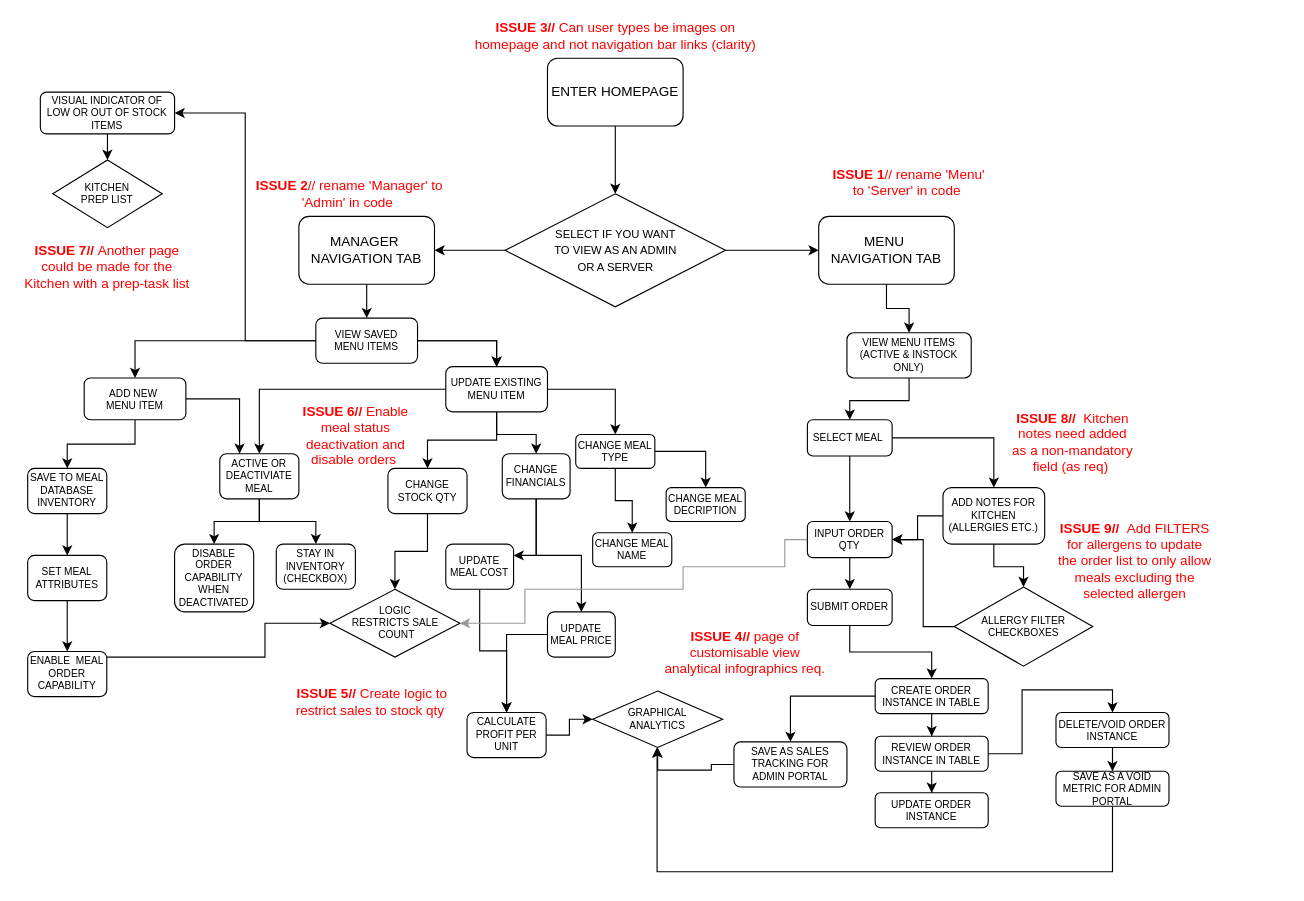
Earlier version of the draw.io diagram documentation/Untitled Diagram.drawio (KryptoFlamingo/Inventory_Management_App). Source tidied: cells renumbered, new cells numbered last; positions are measured from the earlier drawing's top-left corner, leaving out a move shared by most shapes. Both pictures are drawn from the tidied source at 113%, with x=0, y=0 at pixel (19, 24).
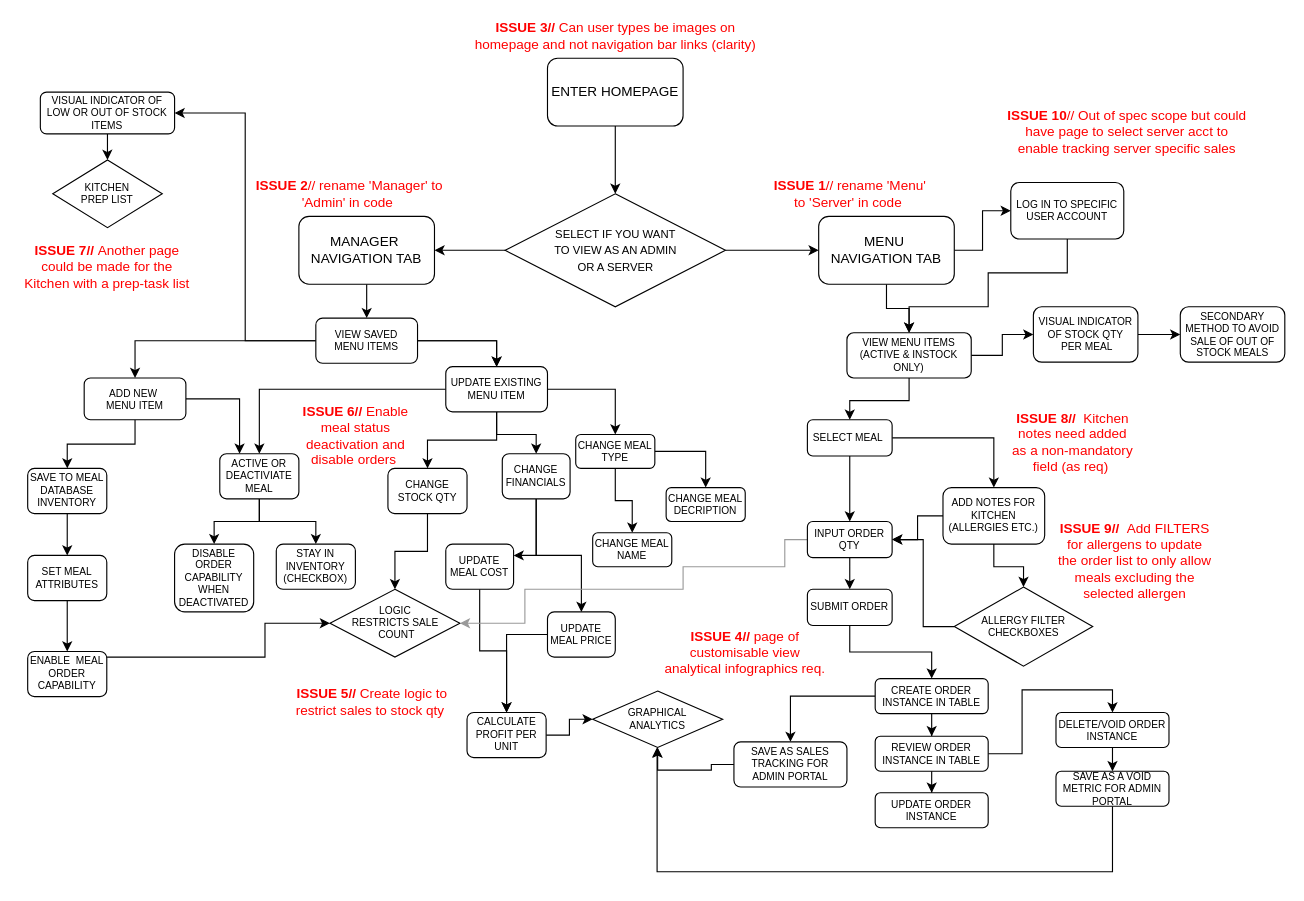
The same page after the edit.

Commit message:
User Journey Diagram.drawio

Unchanged cells that the change refers to:
```xml
<mxCell id="10" value="MENU&amp;nbsp;&lt;br&gt;NAVIGATION TAB" style="rounded=1;whiteSpace=wrap;html=1;" parent="1" vertex="1">
  <mxGeometry x="707" y="170" width="120" height="60" as="geometry" />
</mxCell>
<mxCell id="65" value="VIEW MENU ITEMS (ACTIVE &amp;amp; INSTOCK ONLY)" style="rounded=1;whiteSpace=wrap;html=1;fontSize=9;" parent="1" vertex="1">
  <mxGeometry x="732" y="273" width="110" height="40" as="geometry" />
</mxCell>
```

What changed in the source:
```diff
@@
+    <mxCell id="94" style="edgeStyle=orthogonalEdgeStyle;rounded=0;jettySize=auto;html=1;strokeColor=#000000;fontSize=9;fontColor=#4D4D4D;" parent="1" edge="1" source="10" target="100">
+      <mxGeometry relative="1" as="geometry" />
+    </mxCell>
@@
     <mxCell id="11" value="&lt;b&gt;ISSUE 1&lt;/b&gt;// rename 'Menu' to 'Server' in code&amp;nbsp;" style="text;html=1;strokeColor=none;fillColor=none;align=center;verticalAlign=middle;whiteSpace=wrap;rounded=0;fontColor=#FF0000;" parent="1" vertex="1">
-      <mxGeometry x="717" y="130" width="140" height="20" as="geometry" />
+      <mxGeometry x="664.5" y="140" width="140" height="20" as="geometry" />
     </mxCell>
@@
+    <mxCell id="95" style="edgeStyle=orthogonalEdgeStyle;rounded=0;jettySize=auto;html=1;fontSize=9;fontColor=#4D4D4D;" parent="1" edge="1" source="65" target="97">
+      <mxGeometry relative="1" as="geometry" />
+    </mxCell>
@@
+    <mxCell id="96" style="edgeStyle=orthogonalEdgeStyle;rounded=0;jettySize=auto;html=1;entryX=0;entryY=0.5;entryDx=0;entryDy=0;strokeColor=#000000;fontSize=9;fontColor=#4D4D4D;" parent="1" edge="1" source="97" target="98">
+      <mxGeometry relative="1" as="geometry" />
+    </mxCell>
+    <mxCell id="97" value="VISUAL INDICATOR OF STOCK QTY&lt;br&gt;&amp;nbsp;PER MEAL" style="rounded=1;whiteSpace=wrap;html=1;fontSize=9;" parent="1" vertex="1">
+      <mxGeometry x="897" y="250" width="92.5" height="49" as="geometry" />
+    </mxCell>
+    <mxCell id="98" value="SECONDARY METHOD TO AVOID SALE OF OUT OF STOCK MEALS" style="rounded=1;whiteSpace=wrap;html=1;fontSize=9;" parent="1" vertex="1">
+      <mxGeometry x="1027" y="250" width="92.5" height="49" as="geometry" />
+    </mxCell>
+    <mxCell id="99" style="edgeStyle=orthogonalEdgeStyle;rounded=0;jettySize=auto;html=1;entryX=0.5;entryY=0;entryDx=0;entryDy=0;strokeColor=#000000;fontSize=9;fontColor=#4D4D4D;" parent="1" edge="1" source="100" target="65">
+      <mxGeometry relative="1" as="geometry">
+        <Array as="points">
+          <mxPoint x="927" y="220" />
+          <mxPoint x="857" y="220" />
+          <mxPoint x="857" y="250" />
+          <mxPoint x="787" y="250" />
+        </Array>
+      </mxGeometry>
+    </mxCell>
+    <mxCell id="100" value="LOG IN TO SPECIFIC USER ACCOUNT" style="rounded=1;whiteSpace=wrap;html=1;fontSize=9;" parent="1" vertex="1">
+      <mxGeometry x="877" y="140" width="100" height="50" as="geometry" />
+    </mxCell>
+    <mxCell id="101" value="&lt;b&gt;ISSUE 10&lt;/b&gt;// Out of spec scope but could have page to select server acct to enable tracking server specific sales" style="text;html=1;strokeColor=none;fillColor=none;align=center;verticalAlign=middle;whiteSpace=wrap;rounded=0;fontColor=#FF0000;" parent="1" vertex="1">
+      <mxGeometry x="873.2" y="70" width="213.8" height="50" as="geometry" />
+    </mxCell>
```
